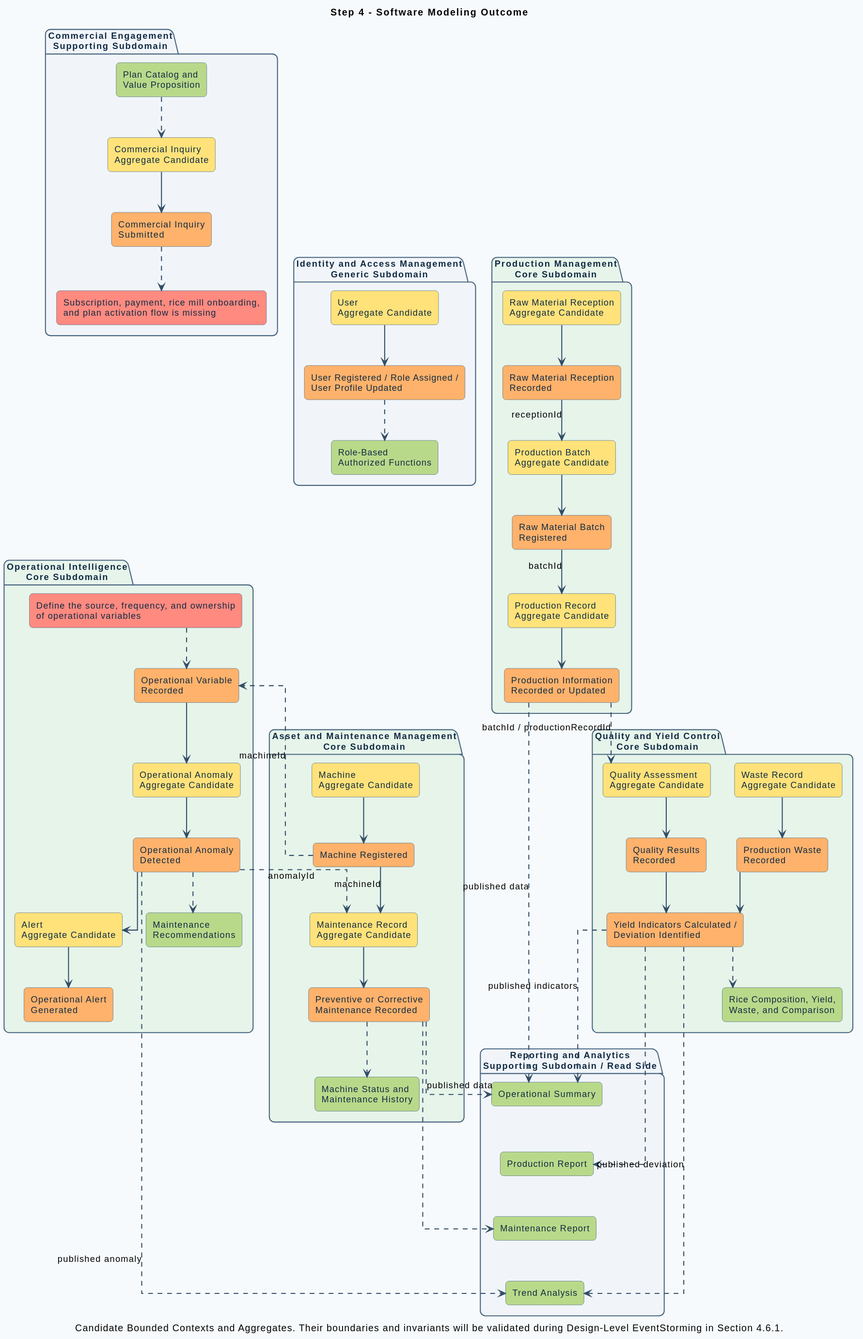
Before: assets/Images Chapter 2/Big Picture Event Storming/step-4-software-model.svg, a diagram exported from PlantUML (Vanguard-open-source/molinex-report). Source of this version:
```plantuml
@startuml
skinparam backgroundColor #F7FAFC
skinparam defaultFontName Arial
skinparam defaultFontSize 13
skinparam shadowing false
skinparam linetype ortho
skinparam ArrowColor #334E68
skinparam ArrowThickness 1.5
skinparam RectangleBorderColor #486581
skinparam RectangleFontColor #102A43
skinparam PackageBorderColor #486581
skinparam PackageFontColor #102A43
skinparam package {
  BackgroundColor #EDF5FC
  RoundCorner 15
}
skinparam rectangle {
  RoundCorner 10
  Padding 10
}

title Step 4 - Software Modeling Outcome
caption Candidate Bounded Contexts and Aggregates. Their boundaries and invariants will be validated during Design-Level EventStorming in Section 4.6.1.

top to bottom direction

package "Commercial Engagement\nSupporting Subdomain" as bc_commercial #F1F5F9 {
  rectangle "Commercial Inquiry\nAggregate Candidate" as ag_commercial #FFE27A
  rectangle "Commercial Inquiry\nSubmitted" as ev_commercial #FFB26B
  rectangle "Plan Catalog and\nValue Proposition" as rm_commercial #B9D98A
  rectangle "Subscription, payment, rice mill onboarding,\nand plan activation flow is missing" as hs_commercial #FF8A80
  ag_commercial --> ev_commercial
  rm_commercial ..> ag_commercial
  ev_commercial ..> hs_commercial
}

package "Identity and Access Management\nGeneric Subdomain" as bc_iam #F1F5F9 {
  rectangle "User\nAggregate Candidate" as ag_user #FFE27A
  rectangle "User Registered / Role Assigned /\nUser Profile Updated" as ev_user #FFB26B
  rectangle "Role-Based\nAuthorized Functions" as rm_user #B9D98A
  ag_user --> ev_user
  ev_user ..> rm_user
}

package "Production Management\nCore Subdomain" as bc_production #E6F4EA {
  rectangle "Raw Material Reception\nAggregate Candidate" as ag_reception #FFE27A
  rectangle "Production Batch\nAggregate Candidate" as ag_batch #FFE27A
  rectangle "Production Record\nAggregate Candidate" as ag_production #FFE27A
  rectangle "Raw Material Reception\nRecorded" as ev_reception #FFB26B
  rectangle "Raw Material Batch\nRegistered" as ev_batch #FFB26B
  rectangle "Production Information\nRecorded or Updated" as ev_production #FFB26B
  ag_reception --> ev_reception
  ev_reception --> ag_batch : receptionId
  ag_batch --> ev_batch
  ev_batch --> ag_production : batchId
  ag_production --> ev_production
}

package "Quality and Yield Control\nCore Subdomain" as bc_quality #E6F4EA {
  rectangle "Quality Assessment\nAggregate Candidate" as ag_quality #FFE27A
  rectangle "Waste Record\nAggregate Candidate" as ag_waste #FFE27A
  rectangle "Quality Results\nRecorded" as ev_quality #FFB26B
  rectangle "Production Waste\nRecorded" as ev_waste #FFB26B
  rectangle "Yield Indicators Calculated /\nDeviation Identified" as ev_indicator #FFB26B
  rectangle "Rice Composition, Yield,\nWaste, and Comparison" as rm_quality #B9D98A
  ag_quality --> ev_quality
  ag_waste --> ev_waste
  ev_quality --> ev_indicator
  ev_waste --> ev_indicator
  ev_indicator ..> rm_quality
}

package "Asset and Maintenance Management\nCore Subdomain" as bc_maintenance #E6F4EA {
  rectangle "Machine\nAggregate Candidate" as ag_machine #FFE27A
  rectangle "Maintenance Record\nAggregate Candidate" as ag_maintenance #FFE27A
  rectangle "Machine Registered" as ev_machine #FFB26B
  rectangle "Preventive or Corrective\nMaintenance Recorded" as ev_maintenance #FFB26B
  rectangle "Machine Status and\nMaintenance History" as rm_maintenance #B9D98A
  ag_machine --> ev_machine
  ev_machine --> ag_maintenance : machineId
  ag_maintenance --> ev_maintenance
  ev_maintenance ..> rm_maintenance
}

package "Operational Intelligence\nCore Subdomain" as bc_intelligence #E6F4EA {
  rectangle "Operational Anomaly\nAggregate Candidate" as ag_anomaly #FFE27A
  rectangle "Alert\nAggregate Candidate" as ag_alert #FFE27A
  rectangle "Operational Variable\nRecorded" as ev_variable #FFB26B
  rectangle "Operational Anomaly\nDetected" as ev_anomaly #FFB26B
  rectangle "Operational Alert\nGenerated" as ev_alert #FFB26B
  rectangle "Maintenance\nRecommendations" as rm_recommendation #B9D98A
  rectangle "Define the source, frequency, and ownership\nof operational variables" as hs_variable #FF8A80
  ev_variable --> ag_anomaly
  ag_anomaly --> ev_anomaly
  ev_anomaly --> ag_alert
  ag_alert --> ev_alert
  ev_anomaly ..> rm_recommendation
  hs_variable ..> ev_variable
}

package "Reporting and Analytics\nSupporting Subdomain / Read Side" as bc_reporting #F1F5F9 {
  rectangle "Operational Summary" as rm_summary #B9D98A
  rectangle "Production Report" as rm_production_report #B9D98A
  rectangle "Maintenance Report" as rm_maintenance_report #B9D98A
  rectangle "Trend Analysis" as rm_trends #B9D98A
  rm_summary -[hidden]-> rm_production_report
  rm_production_report -[hidden]-> rm_maintenance_report
  rm_maintenance_report -[hidden]-> rm_trends
}

ev_production ..> ag_quality : batchId / productionRecordId
ev_production ..> rm_summary : published data
ev_indicator ..> rm_summary : published indicators
ev_indicator ..> rm_production_report
ev_machine ..> ev_variable : machineId
ev_anomaly ..> ag_maintenance : anomalyId
ev_maintenance ..> rm_summary : published data
ev_maintenance ..> rm_maintenance_report
ev_anomaly ..> rm_trends : published anomaly
ev_indicator ..> rm_trends : published deviation

hs_commercial -[hidden]right-> ag_user
ag_user -[hidden]right-> ag_reception
ag_quality -[hidden]right-> ag_machine
ag_machine -[hidden]right-> ag_anomaly
ag_reception -[hidden]down-> ag_quality
ag_quality -[hidden]down-> rm_summary
@enduml
```
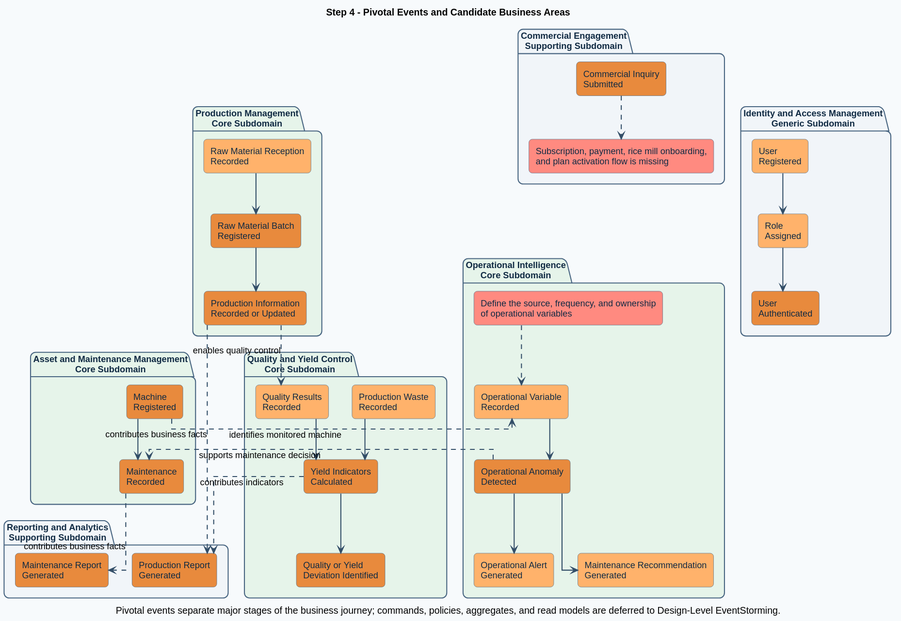
Later version of the same file.

Change to the diagram source:
```diff
@@ -19,110 +19,77 @@
   Padding 10
 }
 
-title Step 4 - Software Modeling Outcome
-caption Candidate Bounded Contexts and Aggregates. Their boundaries and invariants will be validated during Design-Level EventStorming in Section 4.6.1.
+title Step 4 - Pivotal Events and Candidate Business Areas
+caption Pivotal events separate major stages of the business journey; commands, policies, aggregates, and read models are deferred to Design-Level EventStorming.
 
 top to bottom direction
 
 package "Commercial Engagement\nSupporting Subdomain" as bc_commercial #F1F5F9 {
-  rectangle "Commercial Inquiry\nAggregate Candidate" as ag_commercial #FFE27A
-  rectangle "Commercial Inquiry\nSubmitted" as ev_commercial #FFB26B
-  rectangle "Plan Catalog and\nValue Proposition" as rm_commercial #B9D98A
+  rectangle "Commercial Inquiry\nSubmitted" as ev_commercial #E88A3D
   rectangle "Subscription, payment, rice mill onboarding,\nand plan activation flow is missing" as hs_commercial #FF8A80
-  ag_commercial --> ev_commercial
-  rm_commercial ..> ag_commercial
   ev_commercial ..> hs_commercial
 }
 
 package "Identity and Access Management\nGeneric Subdomain" as bc_iam #F1F5F9 {
-  rectangle "User\nAggregate Candidate" as ag_user #FFE27A
-  rectangle "User Registered / Role Assigned /\nUser Profile Updated" as ev_user #FFB26B
-  rectangle "Role-Based\nAuthorized Functions" as rm_user #B9D98A
-  ag_user --> ev_user
-  ev_user ..> rm_user
+  rectangle "User\nRegistered" as ev_user #FFB26B
+  rectangle "Role\nAssigned" as ev_role #FFB26B
+  rectangle "User\nAuthenticated" as ev_authenticated #E88A3D
+  ev_user --> ev_role
+  ev_role --> ev_authenticated
 }
 
 package "Production Management\nCore Subdomain" as bc_production #E6F4EA {
-  rectangle "Raw Material Reception\nAggregate Candidate" as ag_reception #FFE27A
-  rectangle "Production Batch\nAggregate Candidate" as ag_batch #FFE27A
-  rectangle "Production Record\nAggregate Candidate" as ag_production #FFE27A
   rectangle "Raw Material Reception\nRecorded" as ev_reception #FFB26B
-  rectangle "Raw Material Batch\nRegistered" as ev_batch #FFB26B
-  rectangle "Production Information\nRecorded or Updated" as ev_production #FFB26B
-  ag_reception --> ev_reception
-  ev_reception --> ag_batch : receptionId
-  ag_batch --> ev_batch
-  ev_batch --> ag_production : batchId
-  ag_production --> ev_production
+  rectangle "Raw Material Batch\nRegistered" as ev_batch #E88A3D
+  rectangle "Production Information\nRecorded or Updated" as ev_production #E88A3D
+  ev_reception --> ev_batch
+  ev_batch --> ev_production
 }
 
 package "Quality and Yield Control\nCore Subdomain" as bc_quality #E6F4EA {
-  rectangle "Quality Assessment\nAggregate Candidate" as ag_quality #FFE27A
-  rectangle "Waste Record\nAggregate Candidate" as ag_waste #FFE27A
   rectangle "Quality Results\nRecorded" as ev_quality #FFB26B
   rectangle "Production Waste\nRecorded" as ev_waste #FFB26B
-  rectangle "Yield Indicators Calculated /\nDeviation Identified" as ev_indicator #FFB26B
-  rectangle "Rice Composition, Yield,\nWaste, and Comparison" as rm_quality #B9D98A
-  ag_quality --> ev_quality
-  ag_waste --> ev_waste
+  rectangle "Yield Indicators\nCalculated" as ev_indicator #E88A3D
+  rectangle "Quality or Yield\nDeviation Identified" as ev_deviation #E88A3D
   ev_quality --> ev_indicator
   ev_waste --> ev_indicator
-  ev_indicator ..> rm_quality
+  ev_indicator --> ev_deviation
 }
 
 package "Asset and Maintenance Management\nCore Subdomain" as bc_maintenance #E6F4EA {
-  rectangle "Machine\nAggregate Candidate" as ag_machine #FFE27A
-  rectangle "Maintenance Record\nAggregate Candidate" as ag_maintenance #FFE27A
-  rectangle "Machine Registered" as ev_machine #FFB26B
-  rectangle "Preventive or Corrective\nMaintenance Recorded" as ev_maintenance #FFB26B
-  rectangle "Machine Status and\nMaintenance History" as rm_maintenance #B9D98A
-  ag_machine --> ev_machine
-  ev_machine --> ag_maintenance : machineId
-  ag_maintenance --> ev_maintenance
-  ev_maintenance ..> rm_maintenance
+  rectangle "Machine\nRegistered" as ev_machine #E88A3D
+  rectangle "Maintenance\nRecorded" as ev_maintenance #E88A3D
+  ev_machine --> ev_maintenance
 }
 
 package "Operational Intelligence\nCore Subdomain" as bc_intelligence #E6F4EA {
-  rectangle "Operational Anomaly\nAggregate Candidate" as ag_anomaly #FFE27A
-  rectangle "Alert\nAggregate Candidate" as ag_alert #FFE27A
   rectangle "Operational Variable\nRecorded" as ev_variable #FFB26B
-  rectangle "Operational Anomaly\nDetected" as ev_anomaly #FFB26B
+  rectangle "Operational Anomaly\nDetected" as ev_anomaly #E88A3D
   rectangle "Operational Alert\nGenerated" as ev_alert #FFB26B
-  rectangle "Maintenance\nRecommendations" as rm_recommendation #B9D98A
+  rectangle "Maintenance Recommendation\nGenerated" as ev_recommendation #FFB26B
   rectangle "Define the source, frequency, and ownership\nof operational variables" as hs_variable #FF8A80
-  ev_variable --> ag_anomaly
-  ag_anomaly --> ev_anomaly
-  ev_anomaly --> ag_alert
-  ag_alert --> ev_alert
-  ev_anomaly ..> rm_recommendation
+  ev_variable --> ev_anomaly
+  ev_anomaly --> ev_alert
+  ev_anomaly --> ev_recommendation
   hs_variable ..> ev_variable
 }
 
-package "Reporting and Analytics\nSupporting Subdomain / Read Side" as bc_reporting #F1F5F9 {
-  rectangle "Operational Summary" as rm_summary #B9D98A
-  rectangle "Production Report" as rm_production_report #B9D98A
-  rectangle "Maintenance Report" as rm_maintenance_report #B9D98A
-  rectangle "Trend Analysis" as rm_trends #B9D98A
-  rm_summary -[hidden]-> rm_production_report
-  rm_production_report -[hidden]-> rm_maintenance_report
-  rm_maintenance_report -[hidden]-> rm_trends
+package "Reporting and Analytics\nSupporting Subdomain" as bc_reporting #F1F5F9 {
+  rectangle "Production Report\nGenerated" as ev_production_report #E88A3D
+  rectangle "Maintenance Report\nGenerated" as ev_maintenance_report #E88A3D
 }
 
-ev_production ..> ag_quality : batchId / productionRecordId
-ev_production ..> rm_summary : published data
-ev_indicator ..> rm_summary : published indicators
-ev_indicator ..> rm_production_report
-ev_machine ..> ev_variable : machineId
-ev_anomaly ..> ag_maintenance : anomalyId
-ev_maintenance ..> rm_summary : published data
-ev_maintenance ..> rm_maintenance_report
-ev_anomaly ..> rm_trends : published anomaly
-ev_indicator ..> rm_trends : published deviation
+ev_production ..> ev_quality : enables quality control
+ev_production ..> ev_production_report : contributes business facts
+ev_indicator ..> ev_production_report : contributes indicators
+ev_machine ..> ev_variable : identifies monitored machine
+ev_anomaly ..> ev_maintenance : supports maintenance decision
+ev_maintenance ..> ev_maintenance_report : contributes business facts
 
-hs_commercial -[hidden]right-> ag_user
-ag_user -[hidden]right-> ag_reception
-ag_quality -[hidden]right-> ag_machine
-ag_machine -[hidden]right-> ag_anomaly
-ag_reception -[hidden]down-> ag_quality
-ag_quality -[hidden]down-> rm_summary
+hs_commercial -[hidden]right-> ev_user
+ev_user -[hidden]right-> ev_reception
+ev_quality -[hidden]right-> ev_machine
+ev_machine -[hidden]right-> ev_variable
+ev_reception -[hidden]down-> ev_quality
+ev_quality -[hidden]down-> ev_production_report
 @enduml
```
